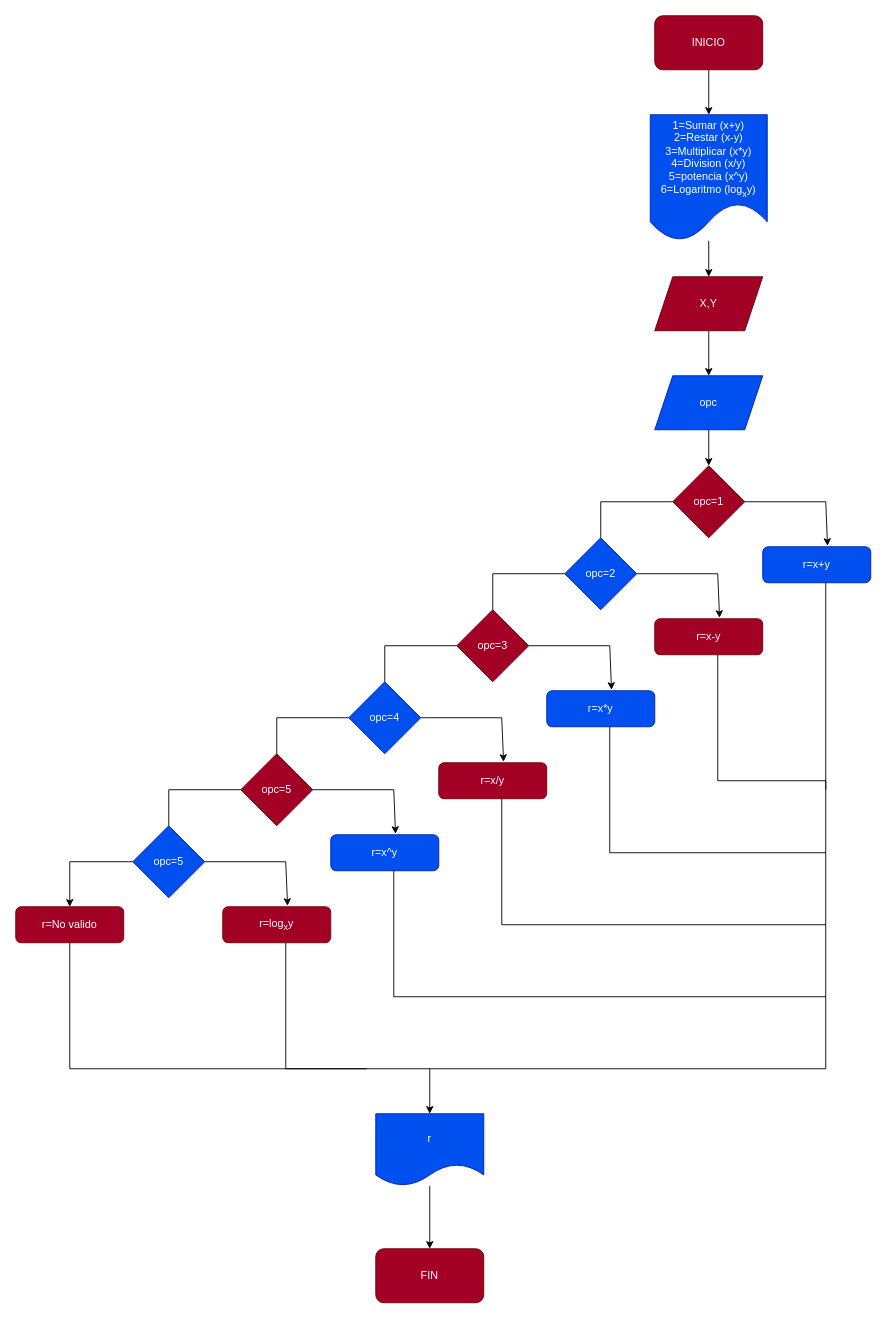
Before: diagrama.drawio in SC0UTER23/Min_calculadora, a draw.io diagram. Source tidied: cells renumbered, new cells numbered last; positions are measured from the earlier drawing's top-left corner, leaving out a move shared by most shapes. Both pictures are drawn from the tidied source at 90%, with x=0, y=0 at pixel (15, 15).
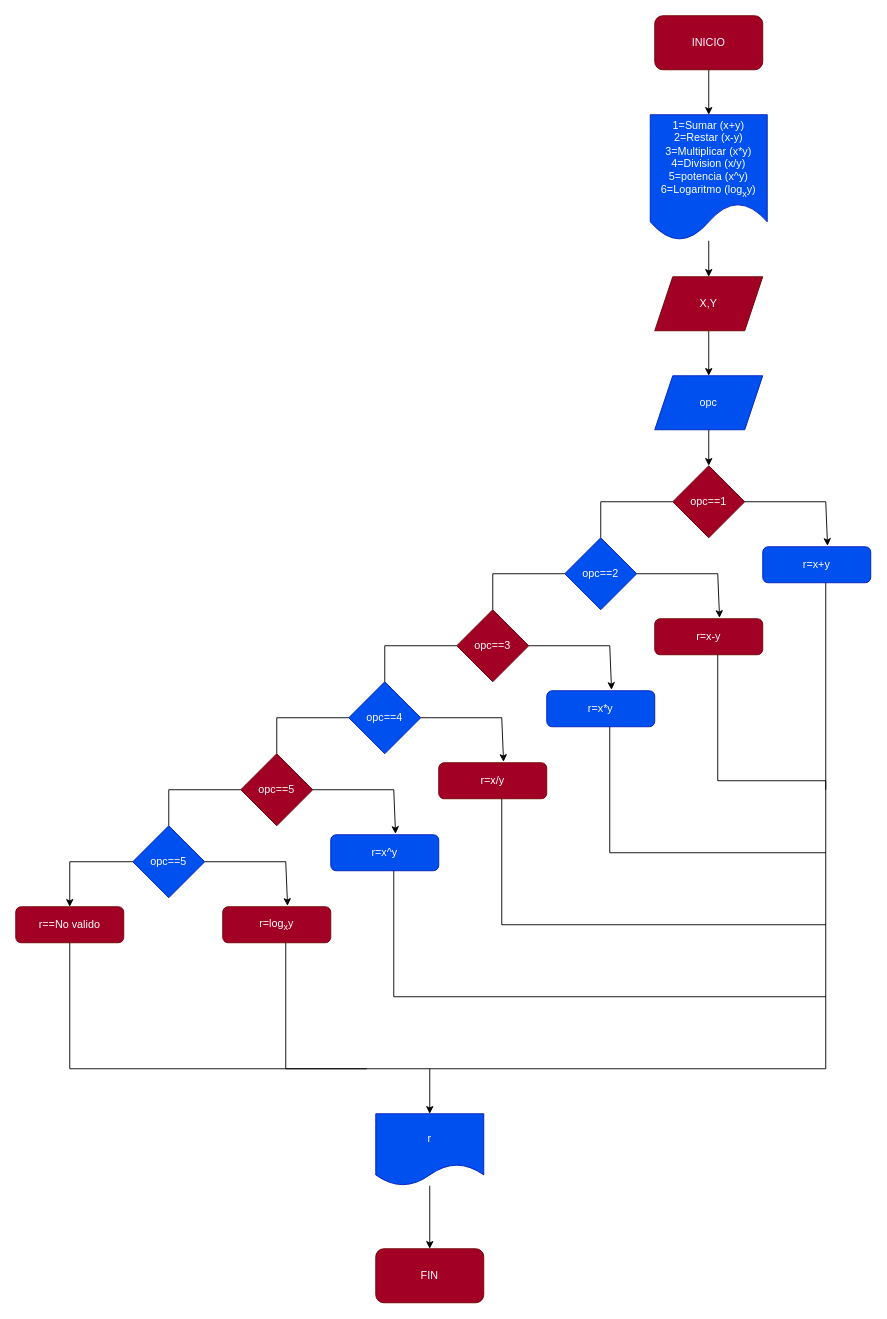
After the change.

What changed in the source:
```diff
@@
-    <mxCell id="10" value="opc=1" style="rhombus;whiteSpace=wrap;html=1;fillColor=#a20025;fontColor=#ffffff;strokeColor=#6F0000;" parent="1" vertex="1">
+    <mxCell id="10" value="opc==1" style="rhombus;whiteSpace=wrap;html=1;fillColor=#a20025;fontColor=#ffffff;strokeColor=#6F0000;" parent="1" vertex="1">
       <mxGeometry x="730" y="500" width="80" height="80" as="geometry" />
     </mxCell>
@@
-    <mxCell id="14" value="opc=2" style="rhombus;whiteSpace=wrap;html=1;fillColor=#0050ef;fontColor=#ffffff;strokeColor=#001DBC;" parent="1" vertex="1">
+    <mxCell id="14" value="opc==2" style="rhombus;whiteSpace=wrap;html=1;fillColor=#0050ef;fontColor=#ffffff;strokeColor=#001DBC;" parent="1" vertex="1">
       <mxGeometry x="610" y="580" width="80" height="80" as="geometry" />
     </mxCell>
@@
-    <mxCell id="20" value="opc=3" style="rhombus;whiteSpace=wrap;html=1;fillColor=#a20025;fontColor=#ffffff;strokeColor=#6F0000;" parent="1" vertex="1">
+    <mxCell id="20" value="opc==3" style="rhombus;whiteSpace=wrap;html=1;fillColor=#a20025;fontColor=#ffffff;strokeColor=#6F0000;" parent="1" vertex="1">
       <mxGeometry x="490" y="660" width="80" height="80" as="geometry" />
     </mxCell>
@@
-    <mxCell id="26" value="opc=4" style="rhombus;whiteSpace=wrap;html=1;fillColor=#0050ef;fontColor=#ffffff;strokeColor=#001DBC;" parent="1" vertex="1">
+    <mxCell id="26" value="opc==4" style="rhombus;whiteSpace=wrap;html=1;fillColor=#0050ef;fontColor=#ffffff;strokeColor=#001DBC;" parent="1" vertex="1">
       <mxGeometry x="370" y="740" width="80" height="80" as="geometry" />
     </mxCell>
@@
-    <mxCell id="32" value="opc=5" style="rhombus;whiteSpace=wrap;html=1;fillColor=#a20025;fontColor=#ffffff;strokeColor=#6F0000;" parent="1" vertex="1">
+    <mxCell id="32" value="opc==5" style="rhombus;whiteSpace=wrap;html=1;fillColor=#a20025;fontColor=#ffffff;strokeColor=#6F0000;" parent="1" vertex="1">
       <mxGeometry x="250" y="820" width="80" height="80" as="geometry" />
     </mxCell>
@@
-    <mxCell id="38" value="opc=5" style="rhombus;whiteSpace=wrap;html=1;fillColor=#0050ef;fontColor=#ffffff;strokeColor=#001DBC;" parent="1" vertex="1">
+    <mxCell id="38" value="opc==5" style="rhombus;whiteSpace=wrap;html=1;fillColor=#0050ef;fontColor=#ffffff;strokeColor=#001DBC;" parent="1" vertex="1">
       <mxGeometry x="130" y="900" width="80" height="80" as="geometry" />
     </mxCell>
@@
-    <mxCell id="56" value="r=No valido" style="rounded=1;whiteSpace=wrap;html=1;fillColor=#a20025;fontColor=#ffffff;strokeColor=#6F0000;" parent="1" vertex="1">
+    <mxCell id="56" value="r==No valido" style="rounded=1;whiteSpace=wrap;html=1;fillColor=#a20025;fontColor=#ffffff;strokeColor=#6F0000;" parent="1" vertex="1">
       <mxGeometry y="990" width="120" height="40" as="geometry" />
     </mxCell>
```
